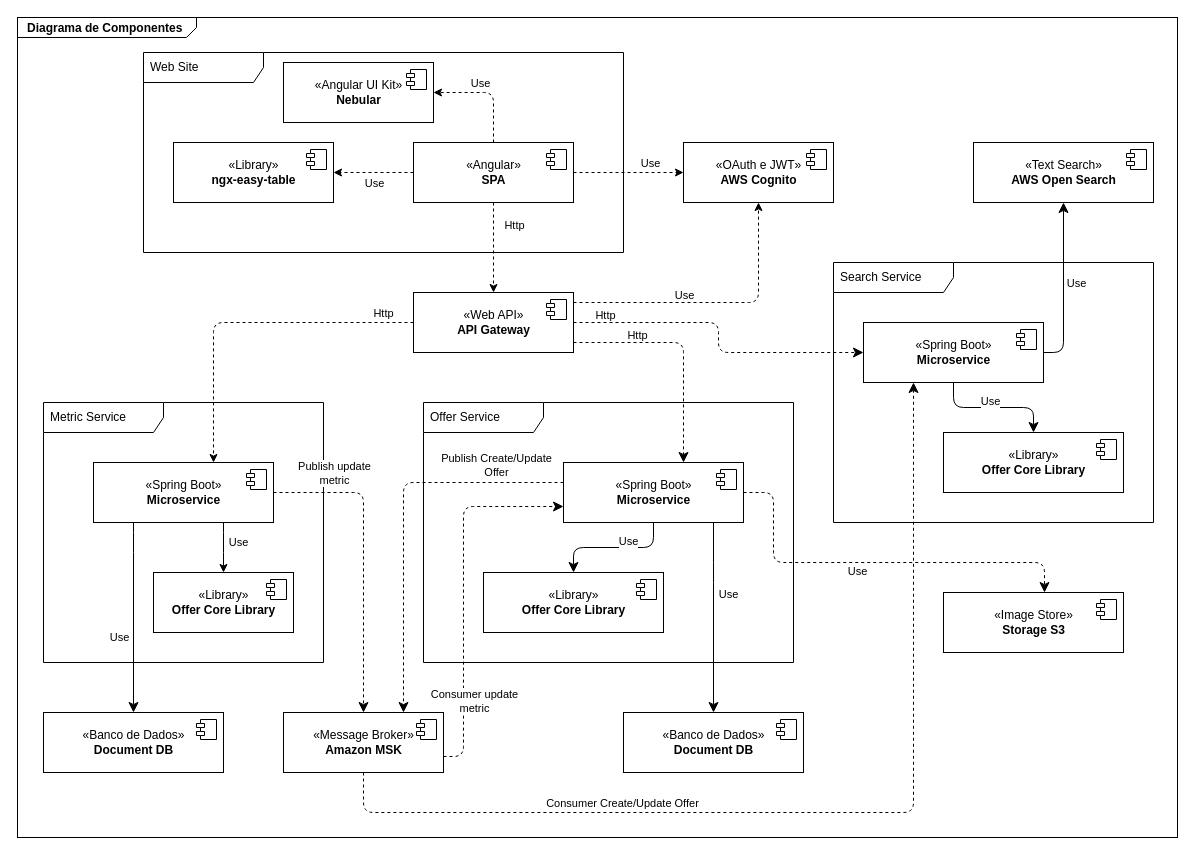
Before: diagrama-componente.drawio in nelsonjunior/offer-documentacao, a draw.io diagram. Source tidied: cells renumbered, new cells numbered last; positions are measured from the earlier drawing's top-left corner, leaving out a move shared by most shapes. Both pictures are drawn from the tidied source at 100%, with x=0, y=0 at pixel (17, 17).
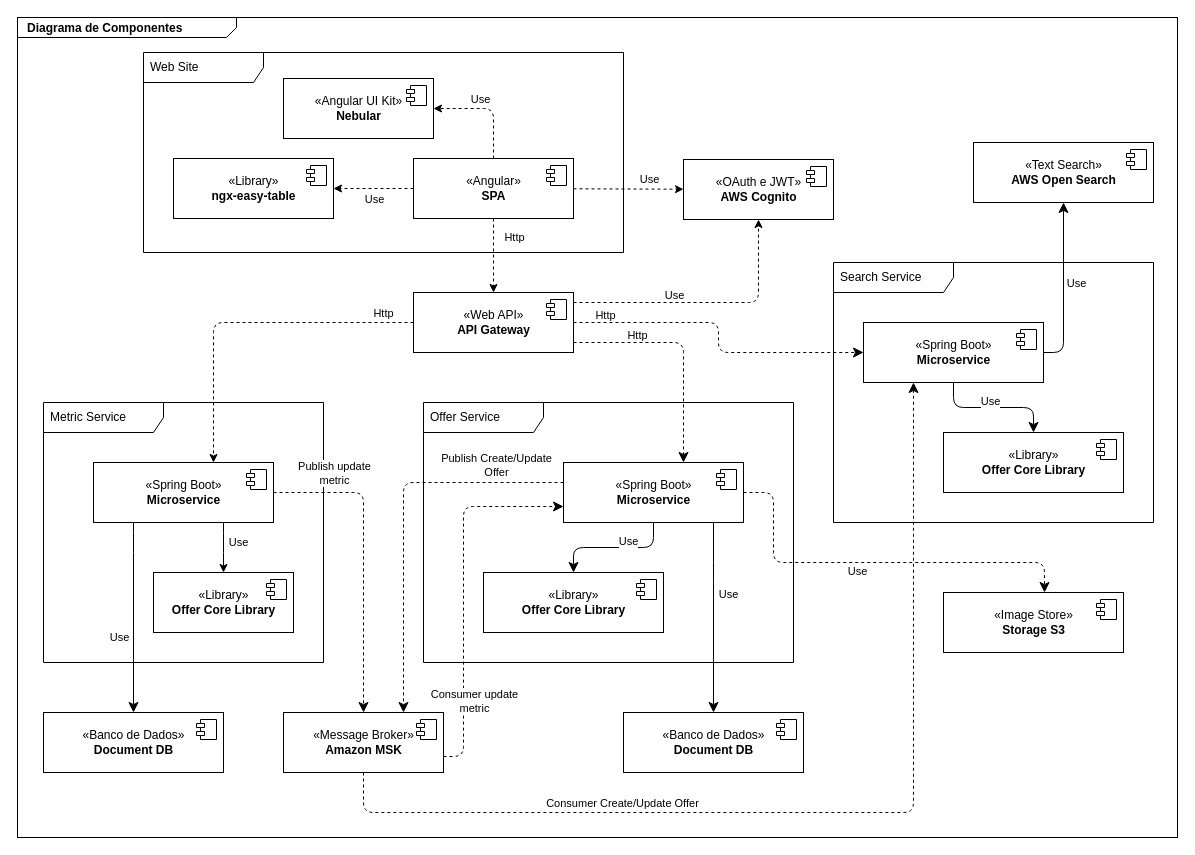
After the change.

Commit message:
Ajuste diagrama de componentes

Change to the diagram source:
```diff
@@
-    <mxCell id="2" value="&lt;p style=&quot;margin: 0px ; margin-top: 4px ; margin-left: 10px ; text-align: left&quot;&gt;&lt;b&gt;Diagrama de Componentes&lt;/b&gt;&lt;/p&gt;" style="html=1;strokeWidth=1;shape=mxgraph.sysml.package;html=1;overflow=fill;whiteSpace=wrap;labelX=179.58;" parent="1" vertex="1">
+    <mxCell id="2" value="&lt;p style=&quot;margin: 0px ; margin-top: 4px ; margin-left: 10px ; text-align: left&quot;&gt;&lt;b&gt;Diagrama de Componentes&lt;/b&gt;&lt;/p&gt;" style="html=1;strokeWidth=1;shape=mxgraph.sysml.package;html=1;overflow=fill;whiteSpace=wrap;labelX=219.74;" parent="1" vertex="1">
       <mxGeometry width="1160" height="820" as="geometry" />
     </mxCell>
@@
     <mxCell id="4" style="edgeStyle=none;html=1;dashed=1;entryX=1;entryY=0.5;entryDx=0;entryDy=0;" parent="1" edge="1" source="12" target="14">
       <mxGeometry relative="1" as="geometry">
         <Array as="points">
-          <mxPoint x="476" y="75" />
+          <mxPoint x="476" y="91" />
         </Array>
       </mxGeometry>
     </mxCell>
@@
     <mxCell id="12" value="«Angular»&lt;br&gt;&lt;b&gt;SPA&lt;/b&gt;" style="html=1;" parent="1" vertex="1">
-      <mxGeometry x="396" y="125" width="160" height="60" as="geometry" />
+      <mxGeometry x="396" y="141" width="160" height="60" as="geometry" />
     </mxCell>
@@
     <mxCell id="14" value="«Angular UI Kit»&lt;br&gt;&lt;b&gt;Nebular&lt;/b&gt;" style="html=1;" parent="1" vertex="1">
-      <mxGeometry x="266" y="45" width="150" height="60" as="geometry" />
+      <mxGeometry x="266" y="61" width="150" height="60" as="geometry" />
     </mxCell>
@@
     <mxCell id="16" value="«OAuth e JWT»&lt;br&gt;&lt;b&gt;AWS Cognito&lt;/b&gt;" style="html=1;" parent="1" vertex="1">
-      <mxGeometry x="666" y="125" width="150" height="60" as="geometry" />
+      <mxGeometry x="666" y="142" width="150" height="60" as="geometry" />
     </mxCell>
@@
     <mxCell id="75" value="«Library»&lt;br&gt;&lt;b&gt;ngx-easy-table&lt;/b&gt;" style="html=1;" parent="1" vertex="1">
-      <mxGeometry x="156" y="125" width="160" height="60" as="geometry" />
+      <mxGeometry x="156" y="141" width="160" height="60" as="geometry" />
     </mxCell>
```
